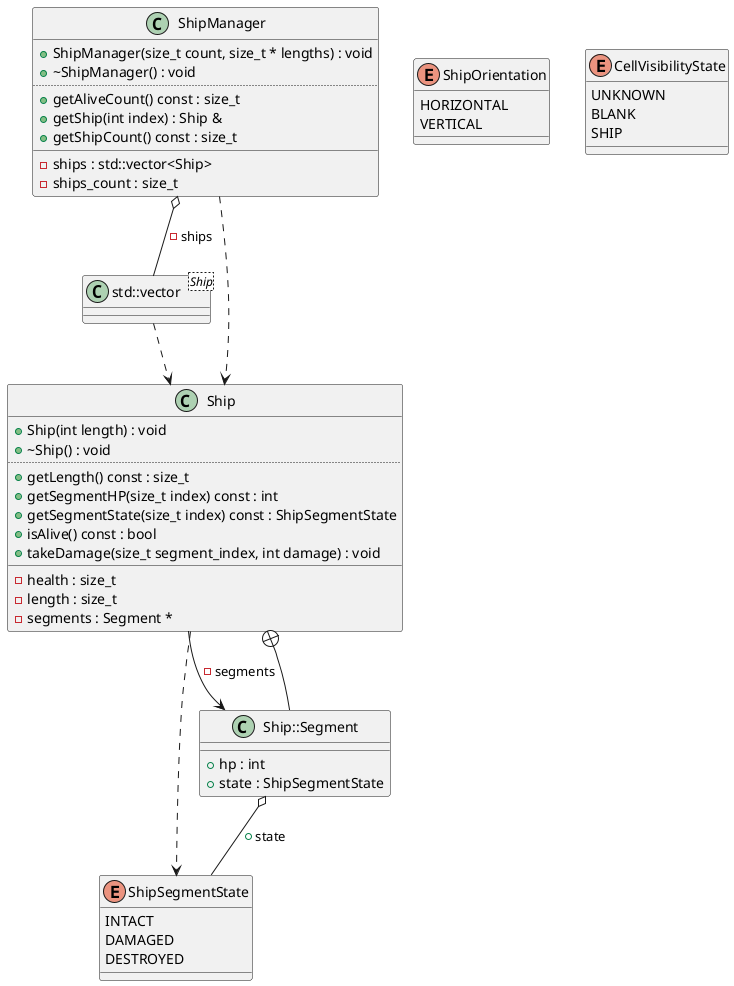
Before: diagrams/ShipManager.png, a diagram exported from PlantUML (Rennelv/ships).
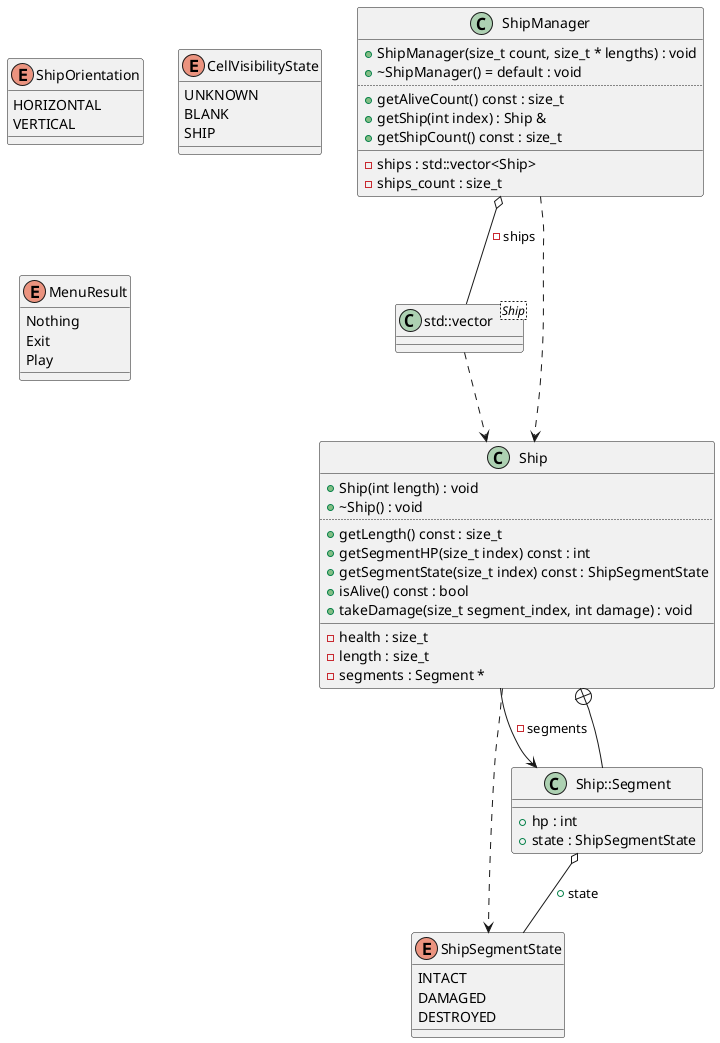
The same file after the commit.

What changed in the source:
```diff
@@ -19,6 +19,12 @@
 UNKNOWN
 BLANK
 SHIP
+}
+enum "MenuResult" as C_0000336692914646176741
+enum C_0000336692914646176741 {
+Nothing
+Exit
+Play
 }
 class "Ship" as C_0014529657433315016423
 class C_0014529657433315016423 {
@@ -44,7 +50,7 @@
 class "ShipManager" as C_0017499122254539489506
 class C_0017499122254539489506 {
 +ShipManager(size_t count, size_t * lengths) : void
-+~ShipManager() : void
++~ShipManager() = default : void
 ..
 +getAliveCount() const : size_t
 +getShip(int index) : Ship &
```
